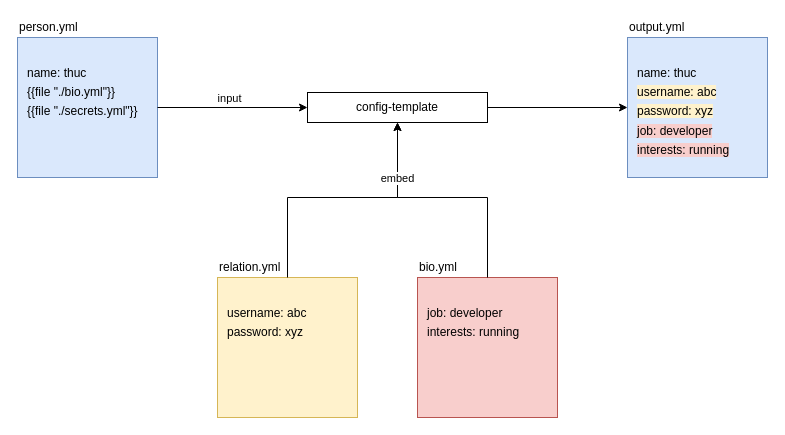
Above: config-template.drawio in vnteamopen/config-template (draw.io), before the change. Source tidied: cells renumbered, new cells numbered last; positions are measured from the earlier drawing's top-left corner, leaving out a move shared by most shapes. Both pictures are drawn from the tidied source at 100%, with x=0, y=0 at pixel (17, 17).
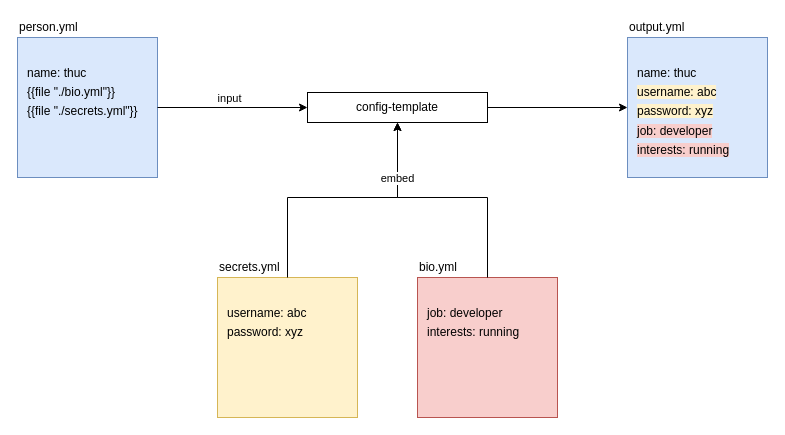
The same diagram, later.

The edit, as a diff of the source:
```diff
@@
-    <mxCell id="10" value="relation.yml" style="text;html=1;strokeColor=none;fillColor=none;align=left;verticalAlign=middle;whiteSpace=wrap;rounded=0;" parent="1" vertex="1">
+    <mxCell id="10" value="secrets.yml" style="text;html=1;strokeColor=none;fillColor=none;align=left;verticalAlign=middle;whiteSpace=wrap;rounded=0;" parent="1" vertex="1">
       <mxGeometry x="200" y="240" width="140" height="20" as="geometry" />
     </mxCell>
```
